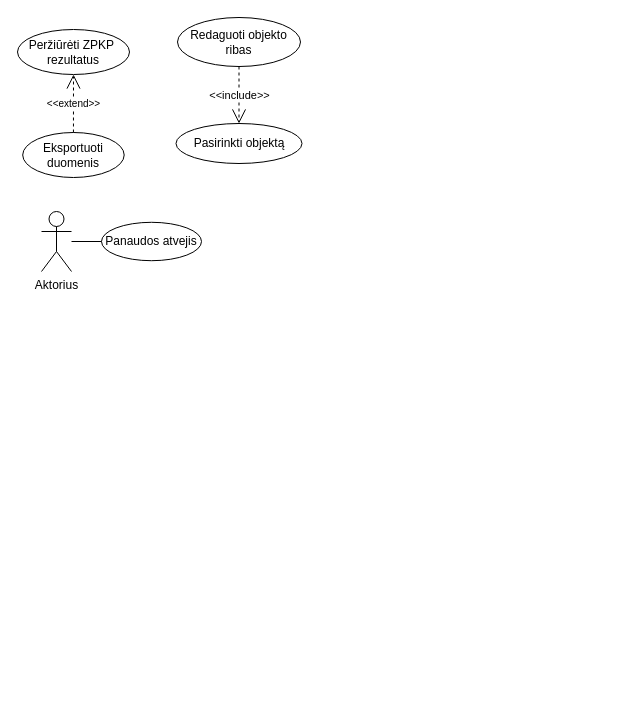
Above: page "Notation" (6 of 6) of docs/diagrams/funkciniai-reikalavimai.drawio in jRmx0/Blade (draw.io), before the change. Source tidied: cells renumbered, new cells numbered last; positions are measured from the earlier drawing's top-left corner, leaving out a move shared by most shapes. Both pictures are drawn from the tidied source at 100%, with x=0, y=0 at pixel (17, 17).
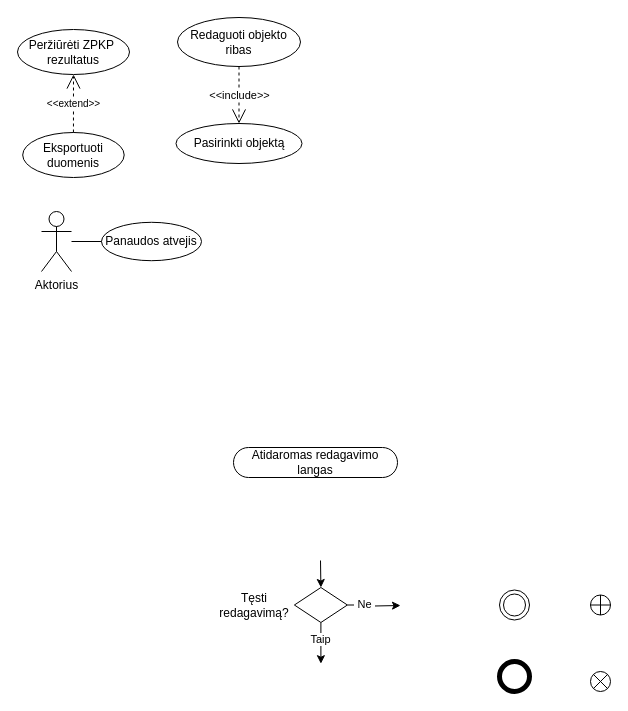
The same page after the edit.

Diff of the diagram source:
```diff
@@
+    <mxCell id="11" value="Atidaromas redagavimo langas" style="html=1;dashed=0;whiteSpace=wrap;shape=mxgraph.dfd.start;" parent="1" vertex="1">
+      <mxGeometry x="216" y="430" width="164" height="30" as="geometry" />
+    </mxCell>
+    <mxCell id="12" style="edgeStyle=orthogonalEdgeStyle;rounded=0;jettySize=auto;html=1;entryX=0.5;entryY=0;entryDx=0;entryDy=0;" parent="1" edge="1" target="17">
+      <mxGeometry relative="1" as="geometry">
+        <mxPoint x="303" y="543" as="sourcePoint" />
+      </mxGeometry>
+    </mxCell>
+    <mxCell id="13" style="edgeStyle=orthogonalEdgeStyle;rounded=0;jettySize=auto;html=1;exitX=1;exitY=0.5;exitDx=0;exitDy=0;" parent="1" edge="1" source="17">
+      <mxGeometry relative="1" as="geometry">
+        <mxPoint x="383" y="588" as="targetPoint" />
+      </mxGeometry>
+    </mxCell>
+    <mxCell id="14" value="&amp;nbsp;Ne&amp;nbsp;" style="edgeLabel;html=1;align=center;verticalAlign=middle;" parent="13" vertex="1">
+      <mxGeometry x="-0.36" y="1" relative="1" as="geometry" />
+    </mxCell>
+    <mxCell id="15" style="edgeStyle=orthogonalEdgeStyle;rounded=0;jettySize=auto;html=1;exitX=0.5;exitY=1;exitDx=0;exitDy=0;" parent="1" edge="1" source="17">
+      <mxGeometry relative="1" as="geometry">
+        <mxPoint x="303.4" y="646.2" as="targetPoint" />
+      </mxGeometry>
+    </mxCell>
+    <mxCell id="16" value="Taip" style="edgeLabel;html=1;align=center;verticalAlign=middle;" parent="15" vertex="1">
+      <mxGeometry x="-0.24" y="-1" relative="1" as="geometry" />
+    </mxCell>
+    <mxCell id="17" style="shape=rhombus;html=1;dashed=0;whiteSpace=wrap;perimeter=rhombusPerimeter;" parent="1" vertex="1">
+      <mxGeometry x="276.9" y="570" width="53" height="35" as="geometry" />
+    </mxCell>
+    <mxCell id="18" value="Tęsti redagavimą?" style="text;html=1;whiteSpace=wrap;strokeColor=none;fillColor=none;align=center;verticalAlign=middle;rounded=0;" parent="1" vertex="1">
+      <mxGeometry x="207" y="572.5" width="60" height="30" as="geometry" />
+    </mxCell>
+    <mxCell id="19" style="ellipse;shape=doubleEllipse;html=1;dashed=0;whiteSpace=wrap;" parent="1" vertex="1">
+      <mxGeometry x="482" y="572.5" width="30" height="30" as="geometry" />
+    </mxCell>
+    <mxCell id="20" style="shape=ellipse;html=1;dashed=0;whiteSpace=wrap;strokeWidth=5;perimeter=ellipsePerimeter;" parent="1" vertex="1">
+      <mxGeometry x="482" y="644" width="30" height="30" as="geometry" />
+    </mxCell>
+    <mxCell id="21" style="shape=orEllipse;perimeter=ellipsePerimeter;whiteSpace=wrap;html=1;backgroundOutline=1;" parent="1" vertex="1">
+      <mxGeometry x="573" y="577.5" width="20" height="20" as="geometry" />
+    </mxCell>
+    <mxCell id="22" style="shape=sumEllipse;perimeter=ellipsePerimeter;whiteSpace=wrap;html=1;backgroundOutline=1;" parent="1" vertex="1">
+      <mxGeometry x="573" y="654" width="20" height="20" as="geometry" />
+    </mxCell>
```
